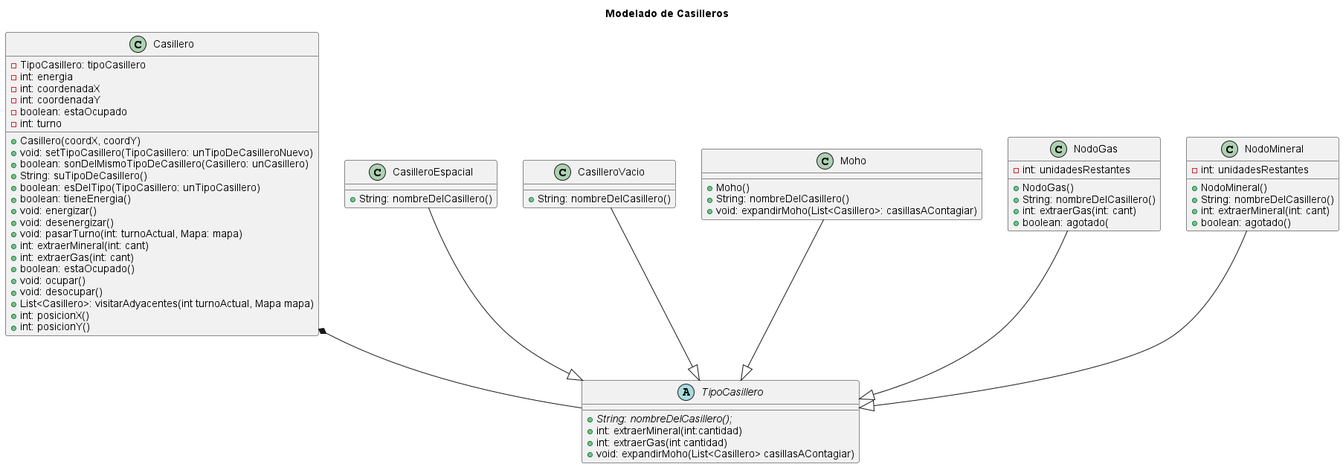
This is diagrams/classes/casilleros.png from m-cabrerar/AlgoStar, a PlantUML export, as it was before one commit.
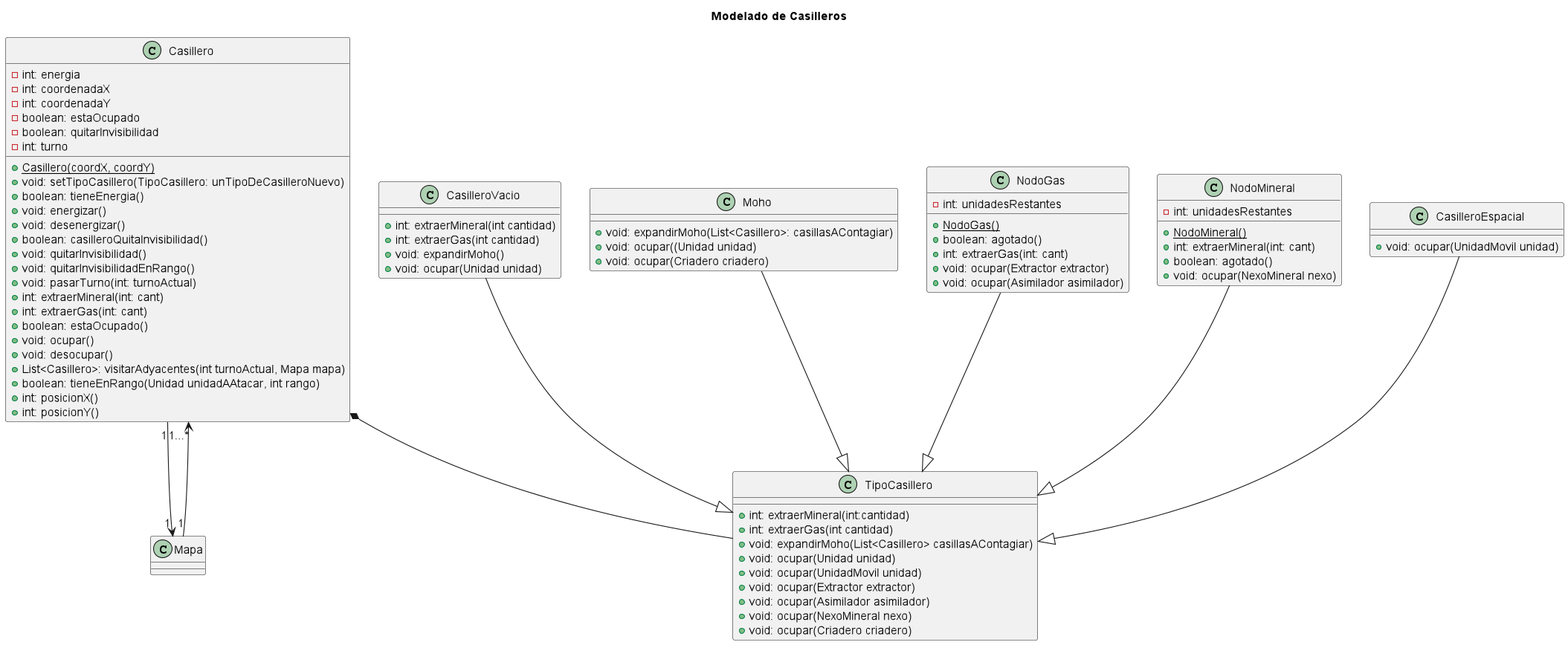
Above is the later version.

The edit, as a diff of the source:
```diff
@@ -3,46 +3,39 @@
 
 
 class Casillero {
- - TipoCasillero: tipoCasillero
  - int: energia
  - int: coordenadaX
  - int: coordenadaY
  - boolean: estaOcupado
+ - boolean: quitarInvisibilidad
  - int: turno
- + Casillero(coordX, coordY)
+
+ + <u>Casillero(coordX, coordY)
  + void: setTipoCasillero(TipoCasillero: unTipoDeCasilleroNuevo)
- + boolean: sonDelMismoTipoDeCasillero(Casillero: unCasillero)
- + String: suTipoDeCasillero()
- + boolean: esDelTipo(TipoCasillero: unTipoCasillero)
  + boolean: tieneEnergia()
  + void: energizar()
  + void: desenergizar()
- + void: pasarTurno(int: turnoActual, Mapa: mapa)
+ + boolean: casilleroQuitaInvisibilidad()
+ + void: quitarInvisibilidad()
+ + void: quitarInvisibilidadEnRango()
+ + void: pasarTurno(int: turnoActual)
  + int: extraerMineral(int: cant)
  + int: extraerGas(int: cant)
  + boolean: estaOcupado()
  + void: ocupar()
  + void: desocupar()
  + List<Casillero>: visitarAdyacentes(int turnoActual, Mapa mapa)
+ + boolean: tieneEnRango(Unidad unidadAAtacar, int rango)
  + int: posicionX()
  + int: posicionY()
 }
 
-class CasilleroEspacial {
- + String: nombreDelCasillero()
-}
 
-class CasilleroVacio{
- + String: nombreDelCasillero()
-}
 
-abstract class TipoCasillero{
- + {abstract}String: nombreDelCasillero();
- + int: extraerMineral(int:cantidad)
- + int: extraerGas(int cantidad)
- + void: expandirMoho(List<Casillero> casillasAContagiar)
-}
 
+
+Casillero "1" --> "1"Mapa
+Mapa "1"--> "1...*" Casillero
 Casillero *-- TipoCasillero
 CasilleroVacio --|> TipoCasillero
 Moho --|> TipoCasillero
@@ -50,26 +43,51 @@
 NodoMineral --|> TipoCasillero
 CasilleroEspacial --|> TipoCasillero
 
+class TipoCasillero{
+
+ + int: extraerMineral(int:cantidad)
+ + int: extraerGas(int cantidad)
+ + void: expandirMoho(List<Casillero> casillasAContagiar)
+ + void: ocupar(Unidad unidad)
+ + void: ocupar(UnidadMovil unidad)
+ + void: ocupar(Extractor extractor)
+ + void: ocupar(Asimilador asimilador)
+ + void: ocupar(NexoMineral nexo)
+ + void: ocupar(Criadero criadero)
+}
+
+
 class Moho{
- + Moho()
- + String: nombreDelCasillero()
  + void: expandirMoho(List<Casillero>: casillasAContagiar)
+ + void: ocupar((Unidad unidad)
+ + void: ocupar(Criadero criadero)
 }
 
 class NodoGas{
  - int: unidadesRestantes
- + NodoGas()
- + String: nombreDelCasillero()
+ + <u>NodoGas()
+ + boolean: agotado()
  + int: extraerGas(int: cant)
- + boolean: agotado(
+ + void: ocupar(Extractor extractor)
+ + void: ocupar(Asimilador asimilador)
 }
 
 class NodoMineral{
  - int: unidadesRestantes
- + NodoMineral()
- + String: nombreDelCasillero()
+ + <u>NodoMineral()
  + int: extraerMineral(int: cant)
  + boolean: agotado()
+ + void: ocupar(NexoMineral nexo)
 }
 
+class CasilleroEspacial {
+ + void: ocupar(UnidadMovil unidad)
+}
+
+class CasilleroVacio{
++ int: extraerMineral(int cantidad)
++ int: extraerGas(int cantidad)
++ void: expandirMoho()
++ void: ocupar(Unidad unidad)
+}
 @enduml
```
